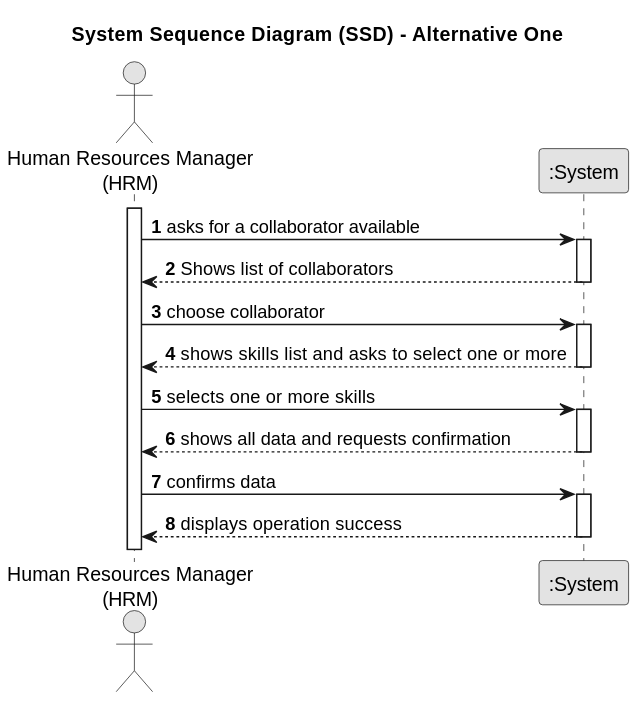
Before: docs/sprintC/us004/01.requirements-engineering/svg/us004-system-sequence-diagram.svg, a diagram exported from PlantUML (Mendoncaa/LAPR2).
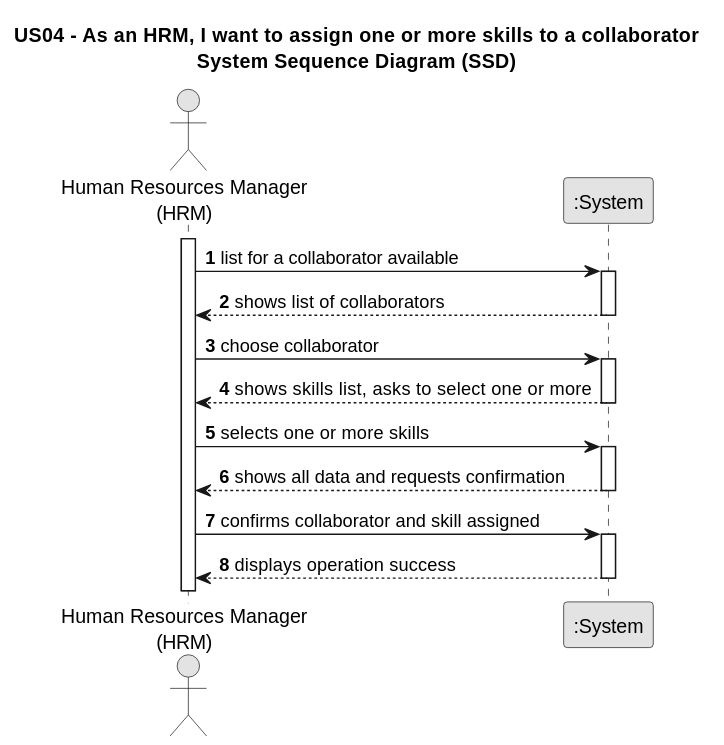
The same diagram one commit later.

Diff of the diagram source:
```diff
@@ -3,7 +3,7 @@
 skinparam packageStyle rectangle
 skinparam shadowing false
 
-title System Sequence Diagram (SSD) - Alternative One
+title US04 - As an HRM, I want to assign one or more skills to a collaborator\nSystem Sequence Diagram (SSD)
 
 autonumber
 
@@ -12,16 +12,16 @@
 
 activate Employee
 
-    Employee -> System : asks for a collaborator available
+    Employee -> System : list for a collaborator available
     activate System
 
-        System --> Employee : Shows list of collaborators
+        System --> Employee : shows list of collaborators
     deactivate System
 
     Employee -> System : choose collaborator
     activate System
 
-        System --> Employee : shows skills list and asks to select one or more
+        System --> Employee : shows skills list, asks to select one or more
     deactivate System
 
     Employee -> System : selects one or more skills
@@ -30,7 +30,7 @@
         System --> Employee : shows all data and requests confirmation
     deactivate System
 
-    Employee -> System : confirms data
+    Employee -> System : confirms collaborator and skill assigned
     activate System
 
         System --> Employee : displays operation success
```
